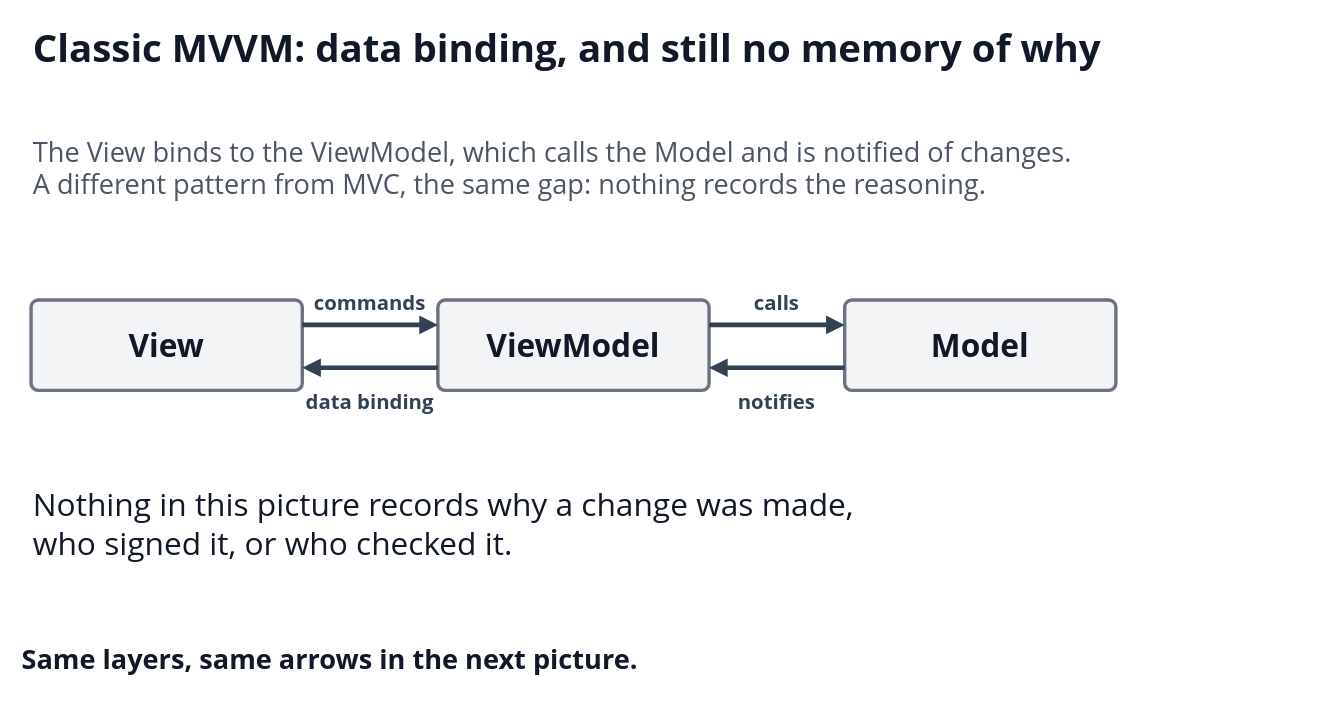
The draw.io diagram diagrams/09a-mvvm-classic.drawio in i-asimkhan/ledger-layer-pattern, before the edit. Source tidied: cells renumbered, new cells numbered last; positions are measured from the earlier drawing's top-left corner, leaving out a move shared by most shapes. Both pictures are drawn from the tidied source at 113%, with x=0, y=0 at pixel (19, 19).
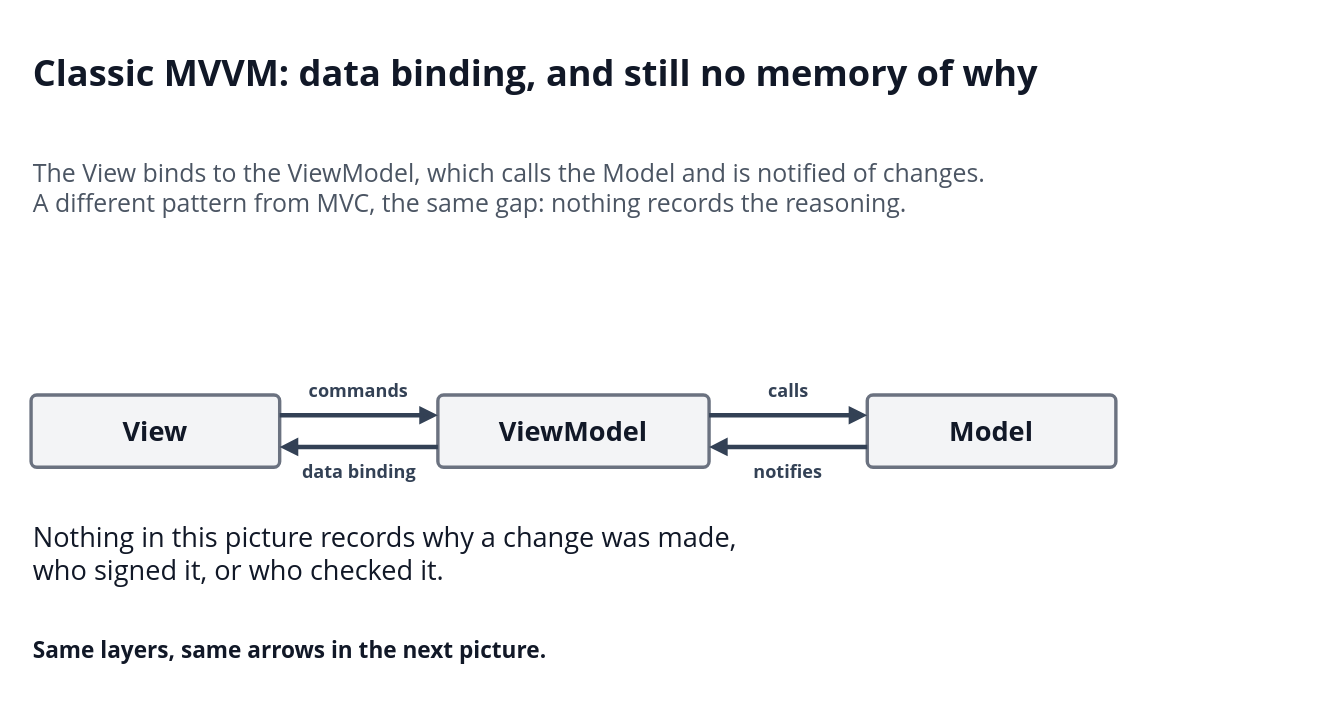
After the change.

What changed in the source:
```diff
@@
-    <mxCell id="2" value="Classic MVVM: data binding, and still no memory of why" style="text;html=1;strokeColor=none;fillColor=none;whiteSpace=wrap;verticalAlign=middle;align=left;fontSize=34;fontColor=#111827;fontFamily=Segoe UI;fontStyle=1;" parent="1" vertex="1">
-      <mxGeometry x="10" width="1120" height="50" as="geometry" />
+    <mxCell id="2" value="Classic MVVM: data binding, and still no memory of why" style="text;html=1;strokeColor=none;fillColor=none;whiteSpace=wrap;verticalAlign=middle;align=left;fontSize=32;fontColor=#111827;fontFamily=Segoe UI;fontStyle=1;" parent="1" vertex="1">
+      <mxGeometry x="10" y="26" width="1120" height="42" as="geometry" />
     </mxCell>
-    <mxCell id="3" value="The View binds to the ViewModel, which calls the Model and is notified of changes.&lt;br&gt;A different pattern from MVC, the same gap: nothing records the reasoning." style="text;html=1;strokeColor=none;fillColor=none;whiteSpace=wrap;verticalAlign=middle;align=left;fontSize=24;fontColor=#4B5563;fontFamily=Segoe UI;fontStyle=0;" parent="1" vertex="1">
-      <mxGeometry x="10" y="76" width="1120" height="110" as="geometry" />
+    <mxCell id="3" value="The View binds to the ViewModel, which calls the Model and is notified of changes.&lt;br&gt;A different pattern from MVC, the same gap: nothing records the reasoning." style="text;html=1;strokeColor=none;fillColor=none;whiteSpace=wrap;verticalAlign=middle;align=left;fontSize=22;fontColor=#4B5563;fontFamily=Segoe UI;fontStyle=0;" parent="1" vertex="1">
+      <mxGeometry x="10" y="106" width="1120" height="84" as="geometry" />
     </mxCell>
-    <mxCell id="4" value="&lt;span style=&quot;font-size:28px&quot;&gt;&lt;b&gt;View&lt;/b&gt;&lt;/span&gt;" style="rounded=1;arcSize=8;whiteSpace=wrap;html=1;fillColor=#F3F4F6;strokeColor=#6B7280;fontColor=#111827;strokeWidth=3;align=center;verticalAlign=middle;fontSize=24;fontFamily=Segoe UI;" parent="1" vertex="1">
-      <mxGeometry x="10" y="248" width="240" height="80" as="geometry" />
+    <mxCell id="4" value="&lt;span style=&quot;font-size:24px&quot;&gt;&lt;b&gt;View&lt;/b&gt;&lt;/span&gt;" style="rounded=1;arcSize=8;whiteSpace=wrap;html=1;fillColor=#F3F4F6;strokeColor=#6B7280;fontColor=#111827;strokeWidth=3;align=center;verticalAlign=middle;fontSize=24;fontFamily=Segoe UI;spacing=14;" parent="1" vertex="1">
+      <mxGeometry x="10" y="332" width="220" height="64" as="geometry" />
     </mxCell>
-    <mxCell id="5" value="&lt;span style=&quot;font-size:28px&quot;&gt;&lt;b&gt;ViewModel&lt;/b&gt;&lt;/span&gt;" style="rounded=1;arcSize=8;whiteSpace=wrap;html=1;fillColor=#F3F4F6;strokeColor=#6B7280;fontColor=#111827;strokeWidth=3;align=center;verticalAlign=middle;fontSize=24;fontFamily=Segoe UI;" parent="1" vertex="1">
-      <mxGeometry x="370" y="248" width="240" height="80" as="geometry" />
+    <mxCell id="5" value="&lt;span style=&quot;font-size:24px&quot;&gt;&lt;b&gt;ViewModel&lt;/b&gt;&lt;/span&gt;" style="rounded=1;arcSize=8;whiteSpace=wrap;html=1;fillColor=#F3F4F6;strokeColor=#6B7280;fontColor=#111827;strokeWidth=3;align=center;verticalAlign=middle;fontSize=24;fontFamily=Segoe UI;spacing=14;" parent="1" vertex="1">
+      <mxGeometry x="370" y="332" width="240" height="64" as="geometry" />
     </mxCell>
-    <mxCell id="6" value="&lt;span style=&quot;font-size:28px&quot;&gt;&lt;b&gt;Model&lt;/b&gt;&lt;/span&gt;" style="rounded=1;arcSize=8;whiteSpace=wrap;html=1;fillColor=#F3F4F6;strokeColor=#6B7280;fontColor=#111827;strokeWidth=3;align=center;verticalAlign=middle;fontSize=24;fontFamily=Segoe UI;" parent="1" vertex="1">
-      <mxGeometry x="730" y="248" width="240" height="80" as="geometry" />
+    <mxCell id="6" value="&lt;span style=&quot;font-size:24px&quot;&gt;&lt;b&gt;Model&lt;/b&gt;&lt;/span&gt;" style="rounded=1;arcSize=8;whiteSpace=wrap;html=1;fillColor=#F3F4F6;strokeColor=#6B7280;fontColor=#111827;strokeWidth=3;align=center;verticalAlign=middle;fontSize=24;fontFamily=Segoe UI;spacing=14;" parent="1" vertex="1">
+      <mxGeometry x="750" y="332" width="220" height="64" as="geometry" />
     </mxCell>
     <mxCell id="7" style="endArrow=block;endFill=1;html=1;rounded=0;strokeColor=#334155;strokeWidth=4;" parent="1" edge="1">
       <mxGeometry relative="1" as="geometry">
-        <mxPoint x="250" y="270" as="sourcePoint" />
-        <mxPoint x="370" y="270" as="targetPoint" />
+        <mxPoint x="230" y="350" as="sourcePoint" />
+        <mxPoint x="370" y="350" as="targetPoint" />
       </mxGeometry>
     </mxCell>
-    <mxCell id="8" value="commands" style="text;html=1;strokeColor=none;fillColor=none;whiteSpace=wrap;verticalAlign=middle;align=center;fontSize=18;fontColor=#334155;fontFamily=Segoe UI;fontStyle=1;" parent="1" vertex="1">
-      <mxGeometry x="265" y="236" width="90" height="28" as="geometry" />
+    <mxCell id="8" value="commands" style="text;html=1;strokeColor=none;fillColor=none;whiteSpace=wrap;verticalAlign=middle;labelBackgroundColor=#FFFFFF;align=center;fontSize=16;fontColor=#334155;fontFamily=Segoe UI;fontStyle=1;" parent="1" vertex="1">
+      <mxGeometry x="261" y="315" width="78" height="26" as="geometry" />
     </mxCell>
     <mxCell id="9" style="endArrow=block;endFill=1;html=1;rounded=0;strokeColor=#334155;strokeWidth=4;" parent="1" edge="1">
       <mxGeometry relative="1" as="geometry">
-        <mxPoint x="370" y="308" as="sourcePoint" />
-        <mxPoint x="250" y="308" as="targetPoint" />
+        <mxPoint x="370" y="378" as="sourcePoint" />
+        <mxPoint x="230" y="378" as="targetPoint" />
       </mxGeometry>
     </mxCell>
-    <mxCell id="10" value="data binding" style="text;html=1;strokeColor=none;fillColor=none;whiteSpace=wrap;verticalAlign=middle;align=center;fontSize=18;fontColor=#334155;fontFamily=Segoe UI;fontStyle=1;" parent="1" vertex="1">
-      <mxGeometry x="246" y="324" width="128" height="28" as="geometry" />
+    <mxCell id="10" value="data binding" style="text;html=1;strokeColor=none;fillColor=none;whiteSpace=wrap;verticalAlign=middle;labelBackgroundColor=#FFFFFF;align=center;fontSize=16;fontColor=#334155;fontFamily=Segoe UI;fontStyle=1;" parent="1" vertex="1">
+      <mxGeometry x="244.5" y="387" width="111" height="26" as="geometry" />
     </mxCell>
     <mxCell id="11" style="endArrow=block;endFill=1;html=1;rounded=0;strokeColor=#334155;strokeWidth=4;" parent="1" edge="1">
       <mxGeometry relative="1" as="geometry">
-        <mxPoint x="610" y="270" as="sourcePoint" />
-        <mxPoint x="730" y="270" as="targetPoint" />
+        <mxPoint x="610" y="350" as="sourcePoint" />
+        <mxPoint x="750" y="350" as="targetPoint" />
       </mxGeometry>
     </mxCell>
-    <mxCell id="12" value="calls" style="text;html=1;strokeColor=none;fillColor=none;whiteSpace=wrap;verticalAlign=middle;align=center;fontSize=18;fontColor=#334155;fontFamily=Segoe UI;fontStyle=1;" parent="1" vertex="1">
-      <mxGeometry x="639" y="236" width="62" height="28" as="geometry" />
+    <mxCell id="12" value="calls" style="text;html=1;strokeColor=none;fillColor=none;whiteSpace=wrap;verticalAlign=middle;labelBackgroundColor=#FFFFFF;align=center;fontSize=16;fontColor=#334155;fontFamily=Segoe UI;fontStyle=1;" parent="1" vertex="1">
+      <mxGeometry x="653.5" y="315" width="53" height="26" as="geometry" />
     </mxCell>
     <mxCell id="13" style="endArrow=block;endFill=1;html=1;rounded=0;strokeColor=#334155;strokeWidth=4;" parent="1" edge="1">
       <mxGeometry relative="1" as="geometry">
-        <mxPoint x="730" y="308" as="sourcePoint" />
-        <mxPoint x="610" y="308" as="targetPoint" />
+        <mxPoint x="750" y="378" as="sourcePoint" />
+        <mxPoint x="610" y="378" as="targetPoint" />
       </mxGeometry>
     </mxCell>
-    <mxCell id="14" value="notifies" style="text;html=1;strokeColor=none;fillColor=none;whiteSpace=wrap;verticalAlign=middle;align=center;fontSize=18;fontColor=#334155;fontFamily=Segoe UI;fontStyle=1;" parent="1" vertex="1">
-      <mxGeometry x="625" y="324" width="90" height="28" as="geometry" />
+    <mxCell id="14" value="notifies" style="text;html=1;strokeColor=none;fillColor=none;whiteSpace=wrap;verticalAlign=middle;labelBackgroundColor=#FFFFFF;align=center;fontSize=16;fontColor=#334155;fontFamily=Segoe UI;fontStyle=1;" parent="1" vertex="1">
+      <mxGeometry x="641" y="387" width="78" height="26" as="geometry" />
     </mxCell>
-    <mxCell id="15" value="Nothing in this picture records why a change was made,&lt;br&gt;who signed it, or who checked it." style="text;html=1;strokeColor=none;fillColor=none;whiteSpace=wrap;verticalAlign=middle;align=left;fontSize=28;fontColor=#111827;fontFamily=Segoe UI;fontStyle=0;" parent="1" vertex="1">
-      <mxGeometry x="10" y="406" width="1120" height="80" as="geometry" />
+    <mxCell id="15" value="Nothing in this picture records why a change was made,&lt;br&gt;who signed it, or who checked it." style="text;html=1;strokeColor=none;fillColor=none;whiteSpace=wrap;verticalAlign=middle;align=left;fontSize=24;fontColor=#111827;fontFamily=Segoe UI;fontStyle=0;" parent="1" vertex="1">
+      <mxGeometry x="10" y="434" width="1120" height="76" as="geometry" />
     </mxCell>
-    <mxCell id="16" value="Same layers, same arrows in the next picture." style="text;html=1;strokeColor=none;fillColor=none;whiteSpace=wrap;verticalAlign=middle;align=left;fontSize=24;fontColor=#111827;fontFamily=Segoe UI;fontStyle=1;" parent="1" vertex="1">
-      <mxGeometry y="546" width="1140" height="40" as="geometry" />
+    <mxCell id="16" value="Same layers, same arrows in the next picture." style="text;html=1;strokeColor=none;fillColor=none;whiteSpace=wrap;verticalAlign=middle;align=left;fontSize=20;fontColor=#111827;fontFamily=Segoe UI;fontStyle=1;" parent="1" vertex="1">
+      <mxGeometry x="10" y="542" width="1120" height="30" as="geometry" />
     </mxCell>
```
